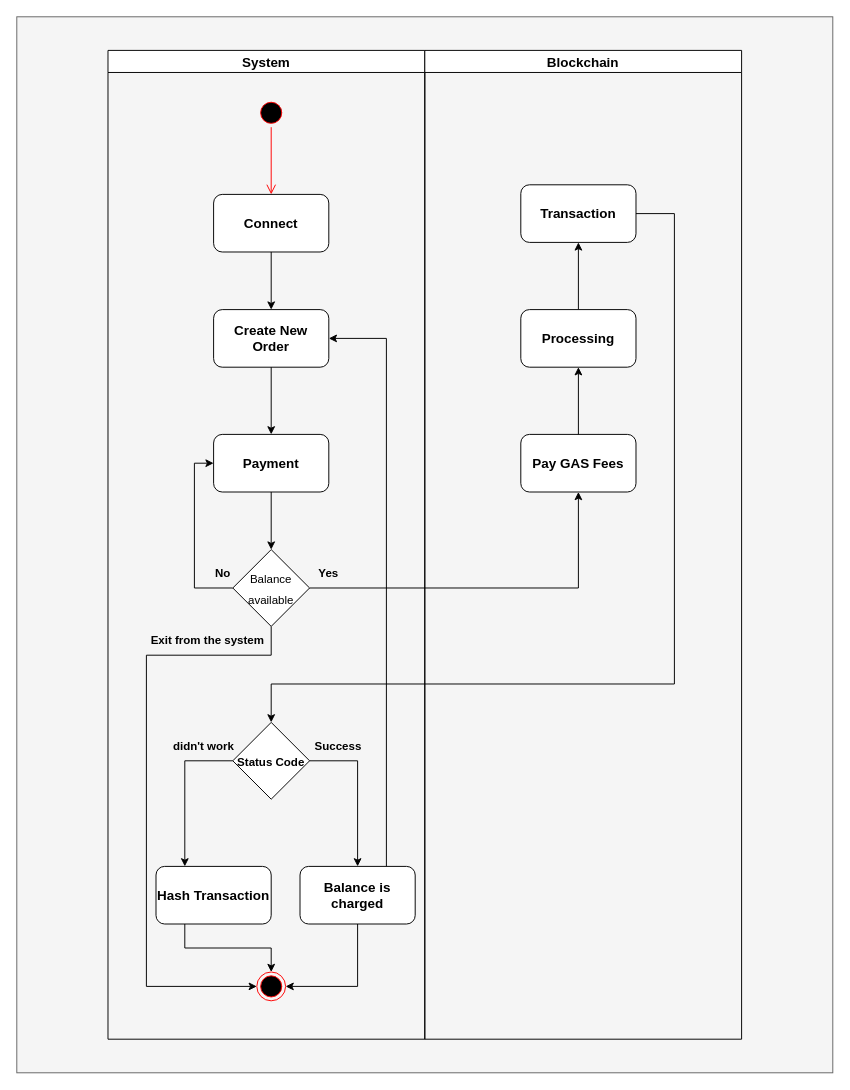
Above: Source/Activity Diagram.drawio in xdayeh/Modeling-software-v2 (draw.io), before the change. Source tidied: cells renumbered, new cells numbered last; positions are measured from the earlier drawing's top-left corner, leaving out a move shared by most shapes. Both pictures are drawn from the tidied source at 96%, with x=0, y=0 at pixel (16, 16).
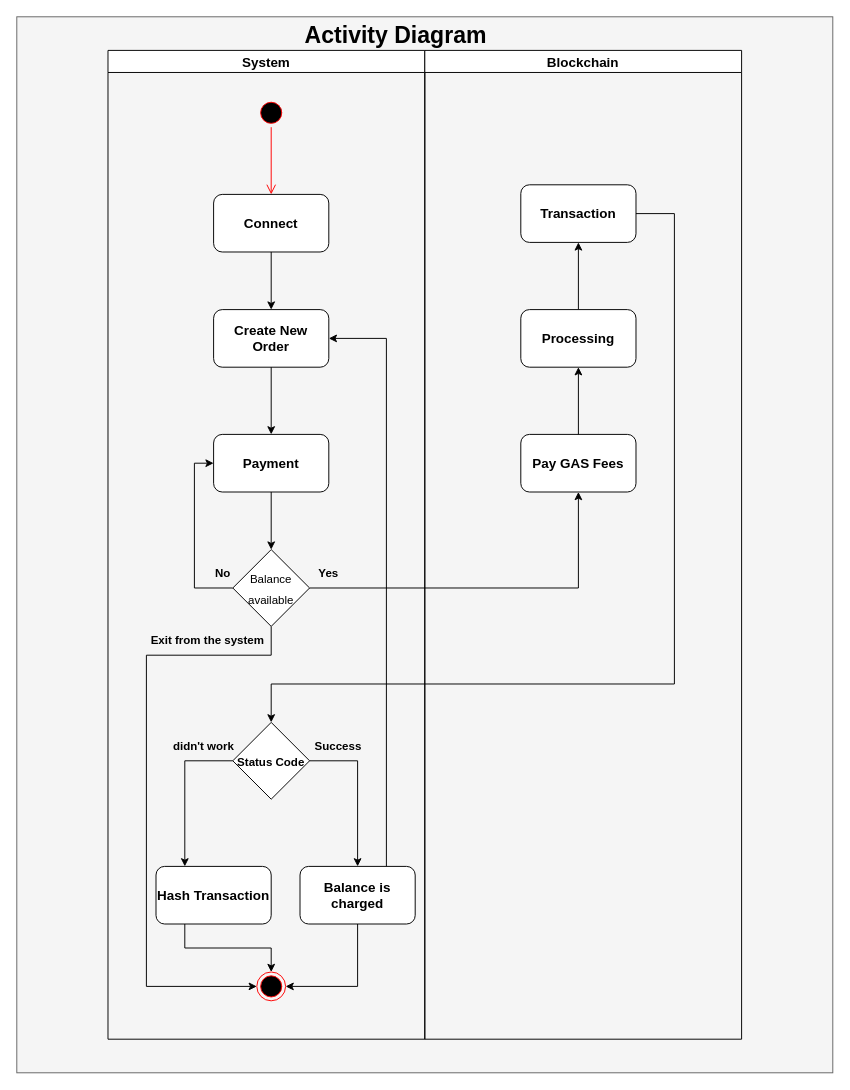
After the change.

The edit, as a diff of the source:
```diff
@@
+    <mxCell id="37" value="&lt;b&gt;&lt;font style=&quot;font-size: 24px&quot;&gt;Activity Diagram&lt;/font&gt;&lt;/b&gt;" style="text;html=1;strokeColor=none;fillColor=none;align=center;verticalAlign=middle;whiteSpace=wrap;rounded=0;" parent="1" vertex="1">
+      <mxGeometry x="240" y="5" width="310" height="30" as="geometry" />
+    </mxCell>
```
